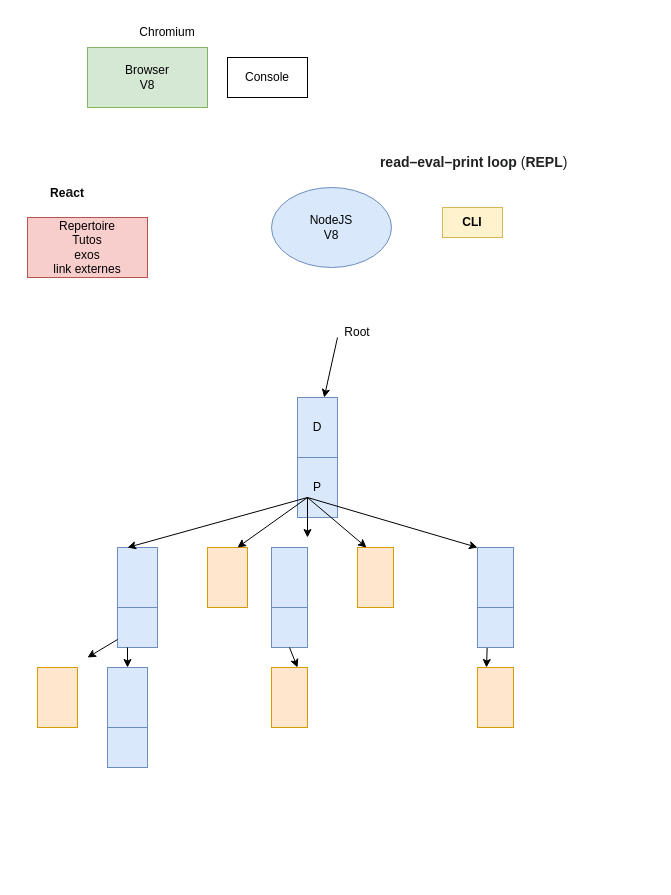
This is CLI/Diagramme.drawio from haile1982/LearningSchool, a draw.io file, before an edit. Source tidied: cells renumbered, new cells numbered last; positions are measured from the earlier drawing's top-left corner, leaving out a move shared by most shapes. Both pictures are drawn from the tidied source at 100%, with x=0, y=0 at pixel (17, 17).
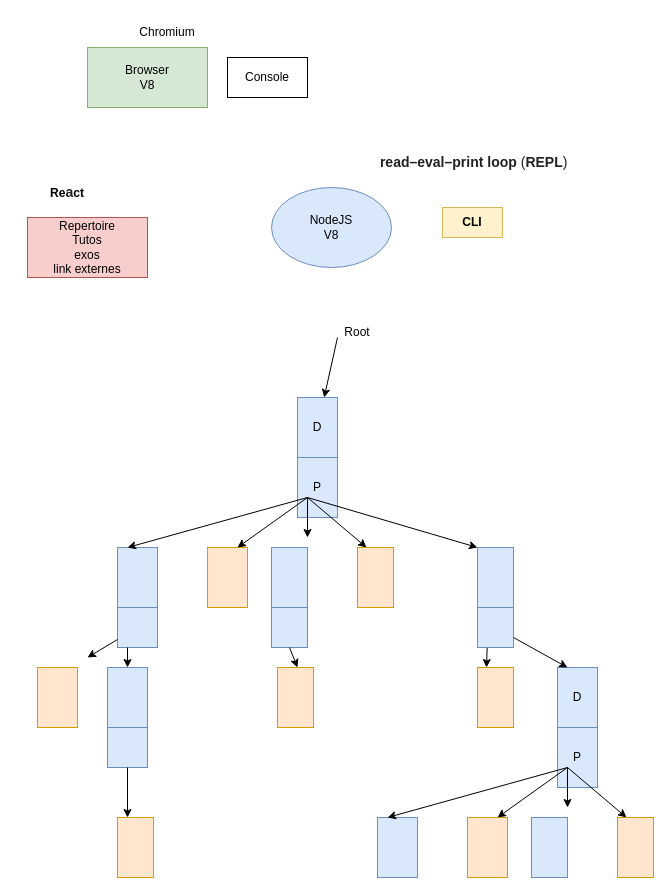
Above is the later version.

Unchanged cells that the change refers to:
```xml
<mxCell id="27" style="rounded=0;whiteSpace=wrap;html=1;fillColor=#dae8fc;strokeColor=#6c8ebf;" parent="1" vertex="1">
  <mxGeometry x="460" y="590" width="36" height="40" as="geometry" />
</mxCell>
<mxCell id="31" style="rounded=0;whiteSpace=wrap;html=1;fillColor=#dae8fc;strokeColor=#6c8ebf;" parent="1" vertex="1">
  <mxGeometry x="90" y="710" width="40" height="40" as="geometry" />
</mxCell>
```

Change to the diagram source:
```diff
@@
     <mxCell id="30" style="rounded=0;whiteSpace=wrap;html=1;fillColor=#ffe6cc;strokeColor=#d79b00;" parent="1" vertex="1">
-      <mxGeometry x="254" y="650" width="36" height="60" as="geometry" />
+      <mxGeometry x="260" y="650" width="36" height="60" as="geometry" />
     </mxCell>
@@
+    <mxCell id="37" style="endArrow=classic;html=1;rounded=0;" parent="1" edge="1" source="31">
+      <mxGeometry relative="1" as="geometry">
+        <mxPoint x="110" y="800" as="targetPoint" />
+      </mxGeometry>
+    </mxCell>
+    <mxCell id="38" style="rounded=0;whiteSpace=wrap;html=1;fillColor=#ffe6cc;strokeColor=#d79b00;" parent="1" vertex="1">
+      <mxGeometry x="100" y="800" width="36" height="60" as="geometry" />
+    </mxCell>
+    <mxCell id="39" value="D" style="rounded=0;whiteSpace=wrap;html=1;fillColor=#dae8fc;strokeColor=#6c8ebf;" parent="1" vertex="1">
+      <mxGeometry x="540" y="650" width="40" height="60" as="geometry" />
+    </mxCell>
+    <mxCell id="40" value="P" style="rounded=0;whiteSpace=wrap;html=1;fillColor=#dae8fc;strokeColor=#6c8ebf;" parent="1" vertex="1">
+      <mxGeometry x="540" y="710" width="40" height="60" as="geometry" />
+    </mxCell>
+    <mxCell id="41" style="rounded=0;whiteSpace=wrap;html=1;fillColor=#dae8fc;strokeColor=#6c8ebf;" parent="1" vertex="1">
+      <mxGeometry x="360" y="800" width="40" height="60" as="geometry" />
+    </mxCell>
+    <mxCell id="42" style="rounded=0;whiteSpace=wrap;html=1;fillColor=#ffe6cc;strokeColor=#d79b00;" parent="1" vertex="1">
+      <mxGeometry x="450" y="800" width="40" height="60" as="geometry" />
+    </mxCell>
+    <mxCell id="43" style="rounded=0;whiteSpace=wrap;html=1;fillColor=#dae8fc;strokeColor=#6c8ebf;" parent="1" vertex="1">
+      <mxGeometry x="514" y="800" width="36" height="60" as="geometry" />
+    </mxCell>
+    <mxCell id="44" style="rounded=0;whiteSpace=wrap;html=1;fillColor=#ffe6cc;strokeColor=#d79b00;" parent="1" vertex="1">
+      <mxGeometry x="600" y="800" width="36" height="60" as="geometry" />
+    </mxCell>
+    <mxCell id="45" style="endArrow=classic;html=1;rounded=0;" parent="1" edge="1">
+      <mxGeometry relative="1" as="geometry">
+        <mxPoint x="550" y="750" as="sourcePoint" />
+        <mxPoint x="550" y="790" as="targetPoint" />
+      </mxGeometry>
+    </mxCell>
+    <mxCell id="46" style="endArrow=classic;html=1;rounded=0;entryX=0.25;entryY=0;entryDx=0;entryDy=0;" parent="1" edge="1" target="41">
+      <mxGeometry relative="1" as="geometry">
+        <mxPoint x="550" y="750" as="sourcePoint" />
+      </mxGeometry>
+    </mxCell>
+    <mxCell id="47" style="endArrow=classic;html=1;rounded=0;entryX=0.75;entryY=0;entryDx=0;entryDy=0;" parent="1" edge="1" target="42">
+      <mxGeometry relative="1" as="geometry">
+        <mxPoint x="550" y="750" as="sourcePoint" />
+      </mxGeometry>
+    </mxCell>
+    <mxCell id="48" style="endArrow=classic;html=1;rounded=0;entryX=0.25;entryY=0;entryDx=0;entryDy=0;" parent="1" edge="1" target="44">
+      <mxGeometry relative="1" as="geometry">
+        <mxPoint x="550" y="750" as="sourcePoint" />
+      </mxGeometry>
+    </mxCell>
+    <mxCell id="49" style="endArrow=classic;html=1;rounded=0;entryX=0.25;entryY=0;entryDx=0;entryDy=0;exitX=1;exitY=0.75;exitDx=0;exitDy=0;" parent="1" edge="1" source="27" target="39">
+      <mxGeometry relative="1" as="geometry" />
+    </mxCell>
```
